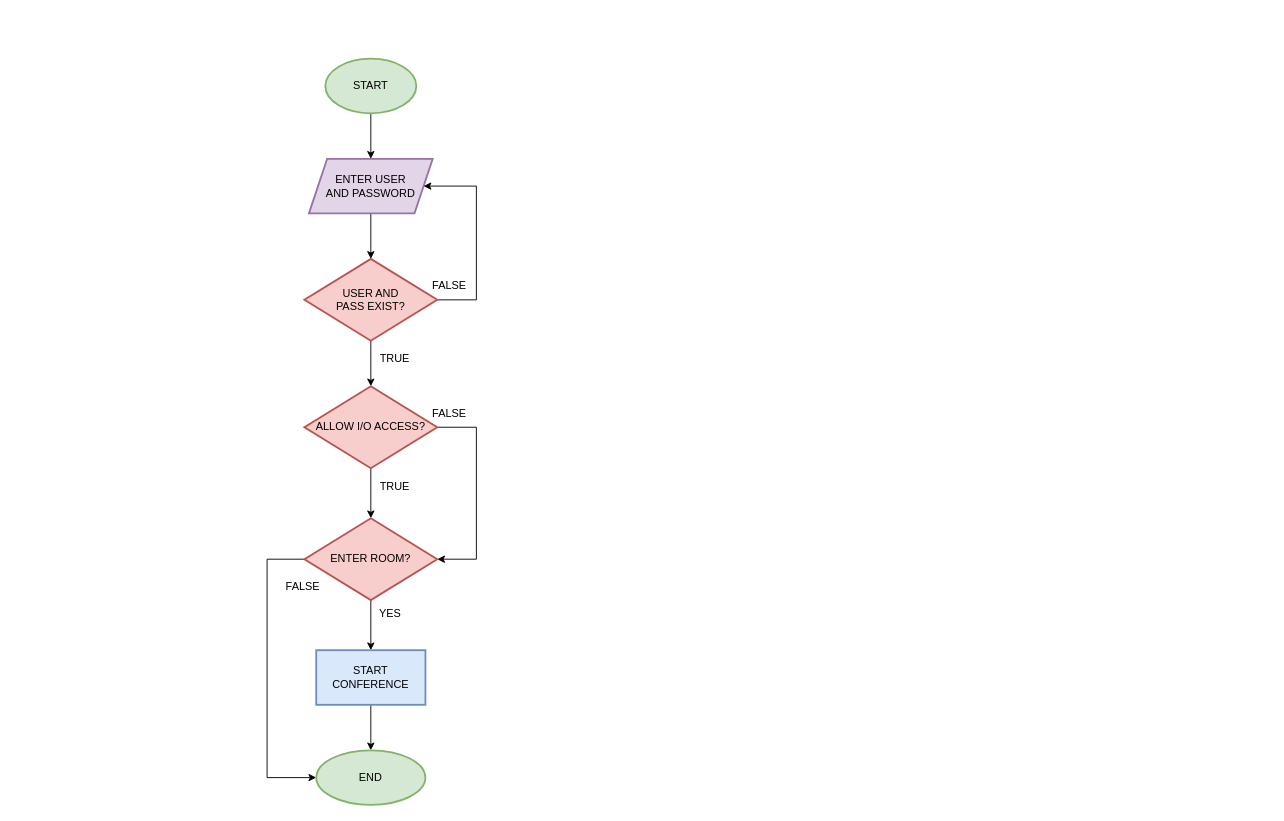
Earlier version of the draw.io diagram FORUM_Q/Untitled Diagram.drawio (erwanfadlys/OUM_Final). Source tidied: cells renumbered, new cells numbered last; positions are measured from the earlier drawing's top-left corner, leaving out a move shared by most shapes. Both pictures are drawn from the tidied source at 91%, with x=0, y=0 at pixel (267, 58).
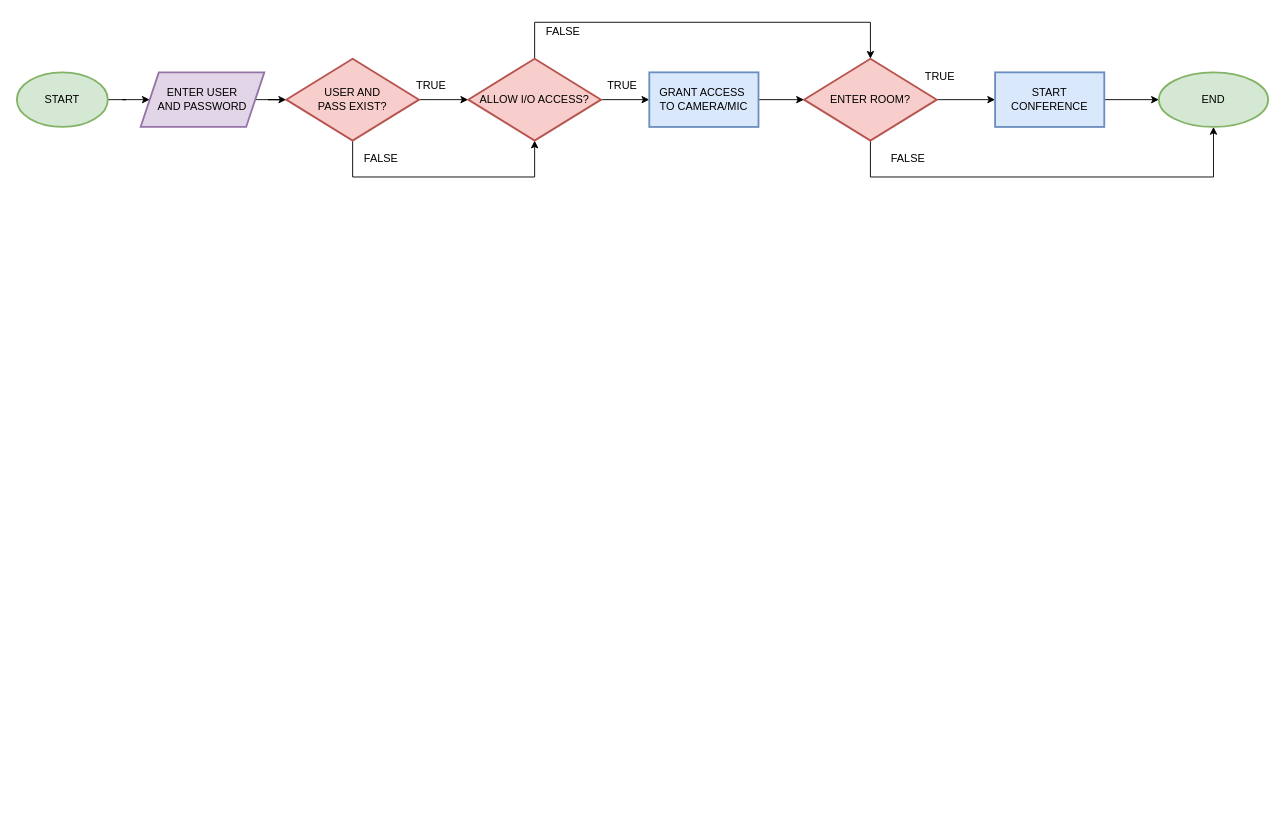
Above is the later version.

The edit, as a diff of the source:
```diff
@@
     <mxCell id="3" value="START" style="strokeWidth=2;html=1;shape=mxgraph.flowchart.start_1;whiteSpace=wrap;fillColor=#d5e8d4;strokeColor=#82b366;" parent="1" vertex="1">
-      <mxGeometry x="64" width="100" height="60" as="geometry" />
+      <mxGeometry x="-275" y="15" width="100" height="60" as="geometry" />
     </mxCell>
@@
     <mxCell id="5" value="ENTER USER &lt;br&gt;AND PASSWORD" style="shape=parallelogram;perimeter=parallelogramPerimeter;whiteSpace=wrap;html=1;fixedSize=1;strokeWidth=2;fillColor=#e1d5e7;strokeColor=#9673a6;" parent="1" vertex="1">
-      <mxGeometry x="46" y="110" width="136" height="60" as="geometry" />
+      <mxGeometry x="-139" y="15" width="136" height="60" as="geometry" />
     </mxCell>
-    <mxCell id="6" style="edgeStyle=orthogonalEdgeStyle;rounded=0;jettySize=auto;html=1;entryX=1;entryY=0.5;entryDx=0;entryDy=0;exitX=1;exitY=0.5;exitDx=0;exitDy=0;" parent="1" edge="1" source="8" target="5">
-      <mxGeometry relative="1" as="geometry">
-        <Array as="points">
-          <mxPoint x="230" y="265" />
-          <mxPoint x="230" y="140" />
-        </Array>
-      </mxGeometry>
-    </mxCell>
-    <mxCell id="7" style="edgeStyle=orthogonalEdgeStyle;rounded=0;jettySize=auto;html=1;" parent="1" edge="1" source="8" target="13">
-      <mxGeometry relative="1" as="geometry" />
-    </mxCell>
+    <mxCell id="24" style="edgeStyle=orthogonalEdgeStyle;rounded=0;jettySize=auto;html=1;" parent="1" edge="1" source="8" target="13">
+      <mxGeometry relative="1" as="geometry" />
+    </mxCell>
+    <mxCell id="25" style="edgeStyle=orthogonalEdgeStyle;rounded=0;jettySize=auto;html=1;entryX=0.5;entryY=1;entryDx=0;entryDy=0;" parent="1" edge="1" source="8" target="13">
+      <mxGeometry relative="1" as="geometry">
+        <Array as="points">
+          <mxPoint x="94" y="130" />
+          <mxPoint x="294" y="130" />
+        </Array>
+      </mxGeometry>
+    </mxCell>
     <mxCell id="8" value="USER AND &lt;br&gt;PASS EXIST?" style="rhombus;whiteSpace=wrap;html=1;strokeWidth=2;fillColor=#f8cecc;strokeColor=#b85450;" parent="1" vertex="1">
-      <mxGeometry x="41" y="220" width="146" height="90" as="geometry" />
+      <mxGeometry x="21" width="146" height="90" as="geometry" />
     </mxCell>
-    <mxCell id="9" value="FALSE" style="text;html=1;align=center;verticalAlign=middle;strokeColor=none;fillColor=none;" parent="1" vertex="1">
-      <mxGeometry x="175" y="240" width="50" height="20" as="geometry" />
-    </mxCell>
-    <mxCell id="10" value="TRUE" style="text;html=1;align=center;verticalAlign=middle;strokeColor=none;fillColor=none;" parent="1" vertex="1">
-      <mxGeometry x="115" y="320" width="50" height="20" as="geometry" />
-    </mxCell>
-    <mxCell id="11" style="edgeStyle=orthogonalEdgeStyle;rounded=0;jettySize=auto;html=1;" parent="1" edge="1" source="13" target="16">
-      <mxGeometry relative="1" as="geometry" />
-    </mxCell>
-    <mxCell id="12" style="edgeStyle=orthogonalEdgeStyle;rounded=0;jettySize=auto;html=1;entryX=1;entryY=0.5;entryDx=0;entryDy=0;exitX=1;exitY=0.5;exitDx=0;exitDy=0;" parent="1" edge="1" source="13" target="16">
-      <mxGeometry relative="1" as="geometry">
-        <Array as="points">
-          <mxPoint x="230" y="405" />
-          <mxPoint x="230" y="550" />
-        </Array>
-      </mxGeometry>
-    </mxCell>
+    <mxCell id="26" style="edgeStyle=orthogonalEdgeStyle;rounded=0;jettySize=auto;html=1;entryX=0.5;entryY=0;entryDx=0;entryDy=0;" parent="1" edge="1" source="13" target="16">
+      <mxGeometry relative="1" as="geometry">
+        <Array as="points">
+          <mxPoint x="294" y="-40" />
+          <mxPoint x="663" y="-40" />
+        </Array>
+      </mxGeometry>
+    </mxCell>
+    <mxCell id="27" style="edgeStyle=orthogonalEdgeStyle;rounded=0;jettySize=auto;html=1;" parent="1" edge="1" source="13" target="35">
+      <mxGeometry relative="1" as="geometry" />
+    </mxCell>
     <mxCell id="13" value="ALLOW I/O ACCESS?" style="rhombus;whiteSpace=wrap;html=1;strokeWidth=2;fillColor=#f8cecc;strokeColor=#b85450;" parent="1" vertex="1">
-      <mxGeometry x="41" y="360" width="146" height="90" as="geometry" />
+      <mxGeometry x="221" width="146" height="90" as="geometry" />
     </mxCell>
@@
-    <mxCell id="15" style="edgeStyle=orthogonalEdgeStyle;rounded=0;jettySize=auto;html=1;entryX=0;entryY=0.5;entryDx=0;entryDy=0;" parent="1" edge="1" source="16" target="20">
+    <mxCell id="15" style="edgeStyle=orthogonalEdgeStyle;rounded=0;jettySize=auto;html=1;" parent="1" edge="1" source="16" target="20">
       <mxGeometry relative="1" as="geometry">
         <Array as="points">
-          <mxPoint y="550" />
-          <mxPoint y="790" />
+          <mxPoint x="663" y="130" />
+          <mxPoint x="1040" y="130" />
         </Array>
       </mxGeometry>
     </mxCell>
     <mxCell id="16" value="ENTER ROOM?" style="rhombus;whiteSpace=wrap;html=1;strokeWidth=2;fillColor=#f8cecc;strokeColor=#b85450;" parent="1" vertex="1">
-      <mxGeometry x="41" y="505" width="146" height="90" as="geometry" />
+      <mxGeometry x="590" width="146" height="90" as="geometry" />
     </mxCell>
-    <mxCell id="17" value="TRUE" style="text;html=1;align=center;verticalAlign=middle;strokeColor=none;fillColor=none;" parent="1" vertex="1">
-      <mxGeometry x="115" y="460" width="50" height="20" as="geometry" />
-    </mxCell>
@@
     <mxCell id="19" value="START CONFERENCE" style="whiteSpace=wrap;html=1;strokeWidth=2;fillColor=#dae8fc;strokeColor=#6c8ebf;" parent="1" vertex="1">
-      <mxGeometry x="54" y="650" width="120" height="60" as="geometry" />
+      <mxGeometry x="800" y="15" width="120" height="60" as="geometry" />
     </mxCell>
     <mxCell id="20" value="END" style="ellipse;whiteSpace=wrap;html=1;strokeWidth=2;fillColor=#d5e8d4;strokeColor=#82b366;" parent="1" vertex="1">
-      <mxGeometry x="54" y="760" width="120" height="60" as="geometry" />
+      <mxGeometry x="980" y="15" width="120" height="60" as="geometry" />
     </mxCell>
-    <mxCell id="21" value="YES" style="text;html=1;align=center;verticalAlign=middle;strokeColor=none;fillColor=none;" parent="1" vertex="1">
-      <mxGeometry x="115" y="600" width="40" height="20" as="geometry" />
-    </mxCell>
-    <mxCell id="22" value="FALSE" style="text;html=1;align=center;verticalAlign=middle;strokeColor=none;fillColor=none;" parent="1" vertex="1">
-      <mxGeometry x="14" y="570" width="50" height="20" as="geometry" />
-    </mxCell>
-    <mxCell id="23" value="FALSE" style="text;html=1;align=center;verticalAlign=middle;strokeColor=none;fillColor=none;" parent="1" vertex="1">
-      <mxGeometry x="175" y="380" width="50" height="20" as="geometry" />
-    </mxCell>
+    <mxCell id="28" value="TRUE" style="text;html=1;align=center;verticalAlign=middle;strokeColor=none;fillColor=none;" parent="1" vertex="1">
+      <mxGeometry x="155" y="20" width="50" height="20" as="geometry" />
+    </mxCell>
+    <mxCell id="29" value="TRUE" style="text;html=1;align=center;verticalAlign=middle;strokeColor=none;fillColor=none;" parent="1" vertex="1">
+      <mxGeometry x="365" y="20" width="50" height="20" as="geometry" />
+    </mxCell>
+    <mxCell id="30" value="TRUE" style="text;html=1;align=center;verticalAlign=middle;strokeColor=none;fillColor=none;" parent="1" vertex="1">
+      <mxGeometry x="714" y="10" width="50" height="20" as="geometry" />
+    </mxCell>
+    <mxCell id="31" value="FALSE" style="text;html=1;align=center;verticalAlign=middle;strokeColor=none;fillColor=none;" parent="1" vertex="1">
+      <mxGeometry x="100" y="100" width="50" height="20" as="geometry" />
+    </mxCell>
+    <mxCell id="32" value="FALSE" style="text;html=1;align=center;verticalAlign=middle;strokeColor=none;fillColor=none;" parent="1" vertex="1">
+      <mxGeometry x="679" y="100" width="50" height="20" as="geometry" />
+    </mxCell>
+    <mxCell id="33" value="FALSE" style="text;html=1;align=center;verticalAlign=middle;strokeColor=none;fillColor=none;" parent="1" vertex="1">
+      <mxGeometry x="300" y="-40" width="50" height="20" as="geometry" />
+    </mxCell>
+    <mxCell id="34" style="edgeStyle=orthogonalEdgeStyle;rounded=0;jettySize=auto;html=1;" parent="1" edge="1" source="35" target="16">
+      <mxGeometry relative="1" as="geometry" />
+    </mxCell>
+    <mxCell id="35" value="GRANT ACCESS&amp;nbsp;&lt;br&gt;TO CAMERA/MIC" style="whiteSpace=wrap;html=1;strokeColor=#6c8ebf;strokeWidth=2;fillColor=#dae8fc;" parent="1" vertex="1">
+      <mxGeometry x="420" y="15" width="120" height="60" as="geometry" />
+    </mxCell>
```
